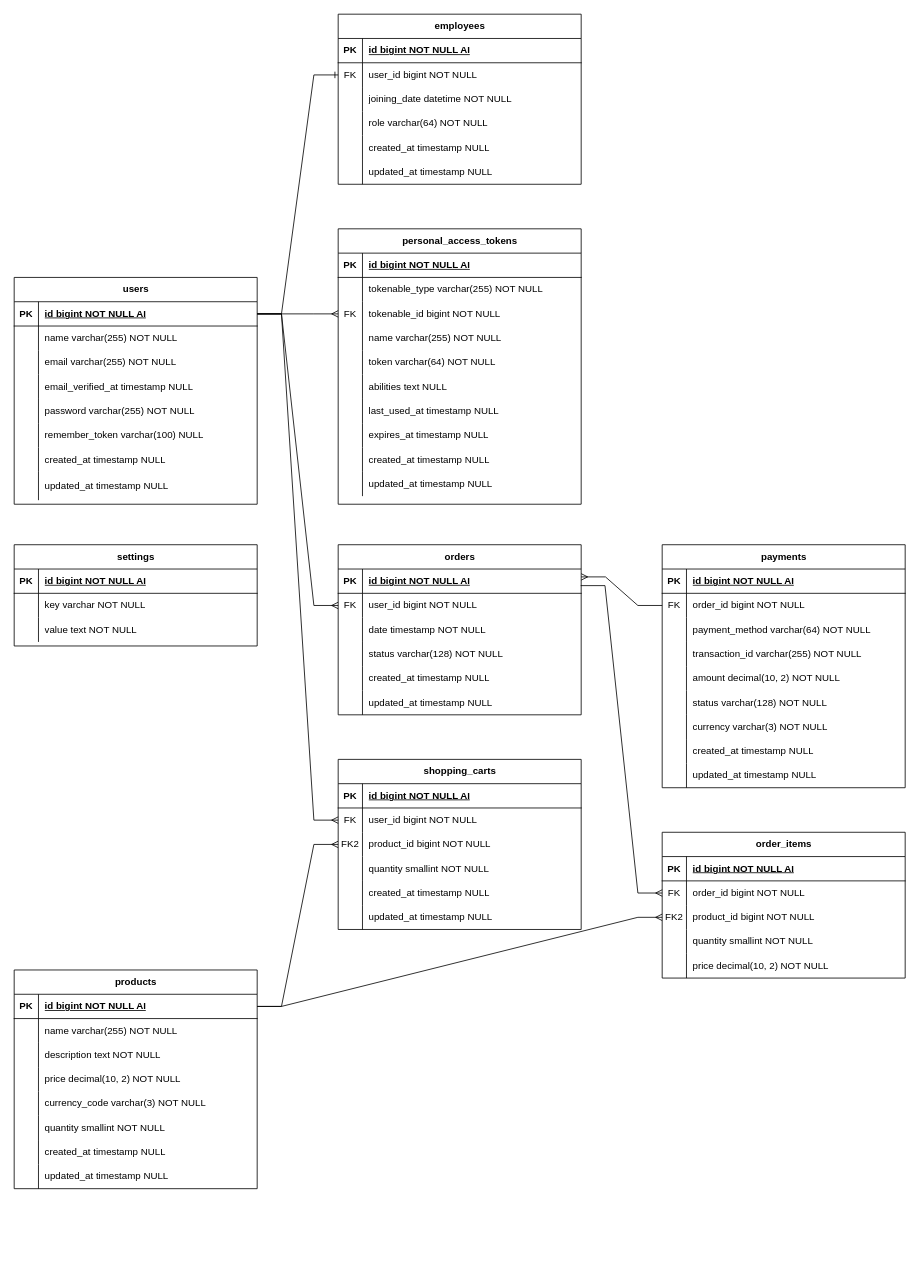
Earlier version of the draw.io diagram docs/erd.drawio (MASSHUU12/ropuch-store). Source tidied: cells renumbered, new cells numbered last; positions are measured from the earlier drawing's top-left corner, leaving out a move shared by most shapes. Both pictures are drawn from the tidied source at 81%, with x=0, y=0 at pixel (14, 14).
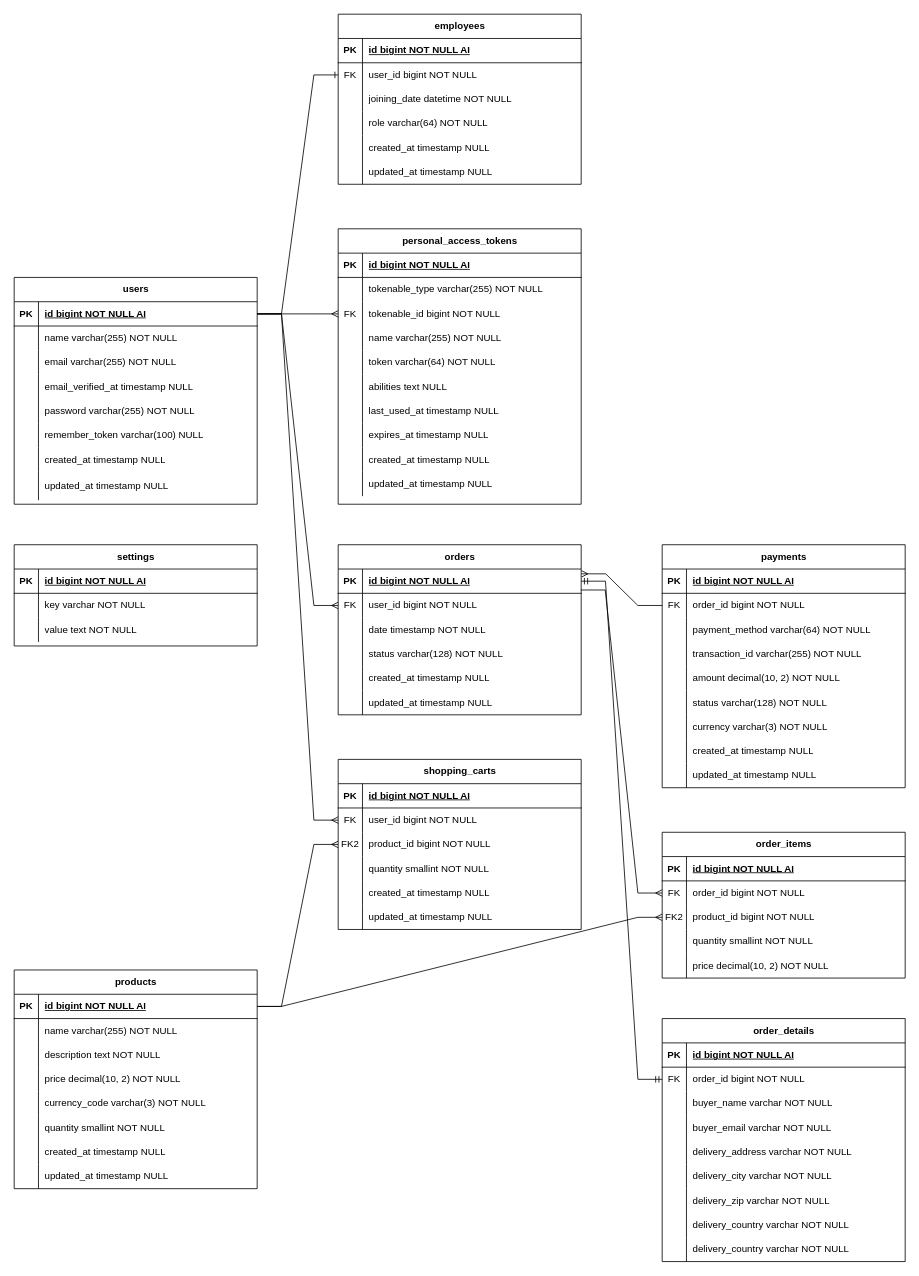
After the change.

Commit message (it also covers changes not shown here):
feat: add order_details table to the schema

The change refers to these unchanged cells:
```xml
<mxCell id="85" style="shape=tableRow;horizontal=0;startSize=0;swimlaneHead=0;swimlaneBody=0;fillColor=none;points=[[0,0.5],[1,0.5]];portConstraint=eastwest;top=0;left=0;right=0;bottom=1;" parent="84" vertex="1">
  <mxGeometry y="30" width="300" height="30" as="geometry" />
</mxCell>
<mxCell id="108" style="shape=tableRow;horizontal=0;startSize=0;swimlaneHead=0;swimlaneBody=0;fillColor=none;points=[[0,0.5],[1,0.5]];portConstraint=eastwest;top=0;left=0;right=0;bottom=0;" parent="104" vertex="1">
  <mxGeometry y="60" width="300" height="30" as="geometry" />
</mxCell>
<mxCell id="167" style="shape=tableRow;horizontal=0;startSize=0;swimlaneHead=0;swimlaneBody=0;fillColor=none;points=[[0,0.5],[1,0.5]];portConstraint=eastwest;top=0;left=0;right=0;bottom=0;" parent="163" vertex="1">
  <mxGeometry y="60" width="300" height="30" as="geometry" />
</mxCell>
```

What changed in the source:
```diff
@@
-    <mxCell id="120" style="edgeStyle=entityRelationEdgeStyle;fontSize=12;html=1;endArrow=ERmany;rounded=0;exitX=0.998;exitY=0.683;exitDx=0;exitDy=0;entryX=0;entryY=0.5;entryDx=0;entryDy=0;exitPerimeter=0;" parent="1" edge="1" source="85" target="108">
-      <mxGeometry relative="1" as="geometry" />
+    <mxCell id="120" style="edgeStyle=entityRelationEdgeStyle;fontSize=12;html=1;endArrow=ERmany;rounded=0;exitX=0.999;exitY=0.863;exitDx=0;exitDy=0;entryX=0;entryY=0.5;entryDx=0;entryDy=0;exitPerimeter=0;" parent="1" edge="1" source="85" target="108">
+      <mxGeometry relative="1" as="geometry">
+        <Array as="points">
+          <mxPoint x="710" y="710" />
+        </Array>
+      </mxGeometry>
     </mxCell>
@@
-    <mxCell id="191" style="edgeStyle=entityRelationEdgeStyle;fontSize=12;html=1;endArrow=ERmany;rounded=0;exitX=0;exitY=0.5;exitDx=0;exitDy=0;entryX=1;entryY=0.324;entryDx=0;entryDy=0;entryPerimeter=0;" parent="1" edge="1" source="167" target="85">
-      <mxGeometry relative="1" as="geometry" />
+    <mxCell id="191" style="edgeStyle=entityRelationEdgeStyle;fontSize=12;html=1;endArrow=ERmany;rounded=0;exitX=0;exitY=0.5;exitDx=0;exitDy=0;entryX=1.001;entryY=0.198;entryDx=0;entryDy=0;entryPerimeter=0;" parent="1" edge="1" source="167" target="85">
+      <mxGeometry relative="1" as="geometry">
+        <Array as="points">
+          <mxPoint x="720" y="690" />
+        </Array>
+      </mxGeometry>
     </mxCell>
@@
+    <mxCell id="202" value="order_details" style="shape=table;startSize=30;childLayout=tableLayout;rowLines=0;fontStyle=1;align=center;html=1;" parent="1" vertex="1">
+      <mxGeometry x="800" y="1240" width="300" height="300" as="geometry" />
+    </mxCell>
+    <mxCell id="203" style="shape=tableRow;horizontal=0;startSize=0;swimlaneHead=0;swimlaneBody=0;fillColor=none;top=0;left=0;right=0;bottom=1;" parent="202" vertex="1">
+      <mxGeometry y="30" width="300" height="30" as="geometry" />
+    </mxCell>
+    <mxCell id="204" value="PK" style="shape=partialRectangle;fillColor=none;top=0;left=0;bottom=0;right=0;fontStyle=1;overflow=hidden;whiteSpace=wrap;html=1;" parent="203" vertex="1">
+      <mxGeometry width="30" height="30" as="geometry" />
+    </mxCell>
+    <mxCell id="205" value="&lt;span style=&quot;text-wrap: nowrap;&quot;&gt;id bigint NOT NULL AI&lt;/span&gt;" style="shape=partialRectangle;fillColor=none;top=0;left=0;bottom=0;right=0;align=left;spacingLeft=6;fontStyle=5;overflow=hidden;whiteSpace=wrap;html=1;" parent="203" vertex="1">
+      <mxGeometry x="30" width="270" height="30" as="geometry" />
+    </mxCell>
+    <mxCell id="206" style="shape=tableRow;horizontal=0;startSize=0;swimlaneHead=0;swimlaneBody=0;fillColor=none;points=[[0,0.5],[1,0.5]];portConstraint=eastwest;top=0;left=0;right=0;bottom=0;" parent="202" vertex="1">
+      <mxGeometry y="60" width="300" height="30" as="geometry" />
+    </mxCell>
+    <mxCell id="207" value="FK" style="shape=partialRectangle;fillColor=none;top=0;left=0;bottom=0;right=0;overflow=hidden;whiteSpace=wrap;html=1;" parent="206" vertex="1">
+      <mxGeometry width="30" height="30" as="geometry" />
+    </mxCell>
+    <mxCell id="208" value="order_id bigint NOT NULL" style="shape=partialRectangle;fillColor=none;top=0;left=0;bottom=0;right=0;align=left;spacingLeft=6;overflow=hidden;whiteSpace=wrap;html=1;" parent="206" vertex="1">
+      <mxGeometry x="30" width="270" height="30" as="geometry" />
+    </mxCell>
+    <mxCell id="209" style="shape=tableRow;horizontal=0;startSize=0;swimlaneHead=0;swimlaneBody=0;fillColor=none;top=0;left=0;right=0;bottom=0;" parent="202" vertex="1">
+      <mxGeometry y="90" width="300" height="30" as="geometry" />
+    </mxCell>
+    <mxCell id="210" style="shape=partialRectangle;fillColor=none;top=0;left=0;bottom=0;right=0;overflow=hidden;whiteSpace=wrap;html=1;" parent="209" vertex="1">
+      <mxGeometry width="30" height="30" as="geometry" />
+    </mxCell>
+    <mxCell id="211" value="buyer_name varchar NOT NULL" style="shape=partialRectangle;fillColor=none;top=0;left=0;bottom=0;right=0;align=left;spacingLeft=6;overflow=hidden;whiteSpace=wrap;html=1;" parent="209" vertex="1">
+      <mxGeometry x="30" width="270" height="30" as="geometry" />
+    </mxCell>
+    <mxCell id="212" style="shape=tableRow;horizontal=0;startSize=0;swimlaneHead=0;swimlaneBody=0;fillColor=none;top=0;left=0;right=0;bottom=0;" parent="202" vertex="1">
+      <mxGeometry y="120" width="300" height="30" as="geometry" />
+    </mxCell>
+    <mxCell id="213" style="shape=partialRectangle;fillColor=none;top=0;left=0;bottom=0;right=0;overflow=hidden;whiteSpace=wrap;html=1;" parent="212" vertex="1">
+      <mxGeometry width="30" height="30" as="geometry" />
+    </mxCell>
+    <mxCell id="214" value="buyer_email varchar NOT NULL" style="shape=partialRectangle;fillColor=none;top=0;left=0;bottom=0;right=0;align=left;spacingLeft=6;overflow=hidden;whiteSpace=wrap;html=1;" parent="212" vertex="1">
+      <mxGeometry x="30" width="270" height="30" as="geometry" />
+    </mxCell>
+    <mxCell id="215" style="shape=tableRow;horizontal=0;startSize=0;swimlaneHead=0;swimlaneBody=0;fillColor=none;top=0;left=0;right=0;bottom=0;" parent="202" vertex="1">
+      <mxGeometry y="150" width="300" height="30" as="geometry" />
+    </mxCell>
+    <mxCell id="216" style="shape=partialRectangle;fillColor=none;top=0;left=0;bottom=0;right=0;overflow=hidden;whiteSpace=wrap;html=1;" parent="215" vertex="1">
+      <mxGeometry width="30" height="30" as="geometry" />
+    </mxCell>
+    <mxCell id="217" value="delivery_address varchar NOT NULL" style="shape=partialRectangle;fillColor=none;top=0;left=0;bottom=0;right=0;align=left;spacingLeft=6;overflow=hidden;whiteSpace=wrap;html=1;" parent="215" vertex="1">
+      <mxGeometry x="30" width="270" height="30" as="geometry" />
+    </mxCell>
+    <mxCell id="218" style="shape=tableRow;horizontal=0;startSize=0;swimlaneHead=0;swimlaneBody=0;fillColor=none;top=0;left=0;right=0;bottom=0;" parent="202" vertex="1">
+      <mxGeometry y="180" width="300" height="30" as="geometry" />
+    </mxCell>
+    <mxCell id="219" style="shape=partialRectangle;fillColor=none;top=0;left=0;bottom=0;right=0;overflow=hidden;whiteSpace=wrap;html=1;" parent="218" vertex="1">
+      <mxGeometry width="30" height="30" as="geometry" />
+    </mxCell>
+    <mxCell id="220" value="delivery_city varchar NOT NULL" style="shape=partialRectangle;fillColor=none;top=0;left=0;bottom=0;right=0;align=left;spacingLeft=6;overflow=hidden;whiteSpace=wrap;html=1;" parent="218" vertex="1">
+      <mxGeometry x="30" width="270" height="30" as="geometry" />
+    </mxCell>
+    <mxCell id="221" style="shape=tableRow;horizontal=0;startSize=0;swimlaneHead=0;swimlaneBody=0;fillColor=none;top=0;left=0;right=0;bottom=0;" parent="202" vertex="1">
+      <mxGeometry y="210" width="300" height="30" as="geometry" />
+    </mxCell>
+    <mxCell id="222" style="shape=partialRectangle;fillColor=none;top=0;left=0;bottom=0;right=0;overflow=hidden;whiteSpace=wrap;html=1;" parent="221" vertex="1">
+      <mxGeometry width="30" height="30" as="geometry" />
+    </mxCell>
+    <mxCell id="223" value="delivery_zip varchar NOT NULL" style="shape=partialRectangle;fillColor=none;top=0;left=0;bottom=0;right=0;align=left;spacingLeft=6;overflow=hidden;whiteSpace=wrap;html=1;" parent="221" vertex="1">
+      <mxGeometry x="30" width="270" height="30" as="geometry" />
+    </mxCell>
+    <mxCell id="224" style="shape=tableRow;horizontal=0;startSize=0;swimlaneHead=0;swimlaneBody=0;fillColor=none;top=0;left=0;right=0;bottom=0;" parent="202" vertex="1">
+      <mxGeometry y="240" width="300" height="30" as="geometry" />
+    </mxCell>
+    <mxCell id="225" style="shape=partialRectangle;fillColor=none;top=0;left=0;bottom=0;right=0;overflow=hidden;whiteSpace=wrap;html=1;" parent="224" vertex="1">
+      <mxGeometry width="30" height="30" as="geometry" />
+    </mxCell>
+    <mxCell id="226" value="delivery_country varchar NOT NULL" style="shape=partialRectangle;fillColor=none;top=0;left=0;bottom=0;right=0;align=left;spacingLeft=6;overflow=hidden;whiteSpace=wrap;html=1;" parent="224" vertex="1">
+      <mxGeometry x="30" width="270" height="30" as="geometry" />
+    </mxCell>
+    <mxCell id="227" style="shape=tableRow;horizontal=0;startSize=0;swimlaneHead=0;swimlaneBody=0;fillColor=none;top=0;left=0;right=0;bottom=0;" parent="202" vertex="1">
+      <mxGeometry y="270" width="300" height="30" as="geometry" />
+    </mxCell>
+    <mxCell id="228" style="shape=partialRectangle;fillColor=none;top=0;left=0;bottom=0;right=0;overflow=hidden;whiteSpace=wrap;html=1;" parent="227" vertex="1">
+      <mxGeometry width="30" height="30" as="geometry" />
+    </mxCell>
+    <mxCell id="229" value="delivery_country varchar NOT NULL" style="shape=partialRectangle;fillColor=none;top=0;left=0;bottom=0;right=0;align=left;spacingLeft=6;overflow=hidden;whiteSpace=wrap;html=1;" parent="227" vertex="1">
+      <mxGeometry x="30" width="270" height="30" as="geometry" />
+    </mxCell>
+    <mxCell id="230" style="edgeStyle=entityRelationEdgeStyle;fontSize=12;html=1;endArrow=ERmandOne;startArrow=ERmandOne;rounded=0;entryX=0;entryY=0.5;entryDx=0;entryDy=0;exitX=1;exitY=0.5;exitDx=0;exitDy=0;" parent="1" edge="1" source="85" target="206">
+      <mxGeometry relative="1" as="geometry" />
+    </mxCell>
```
